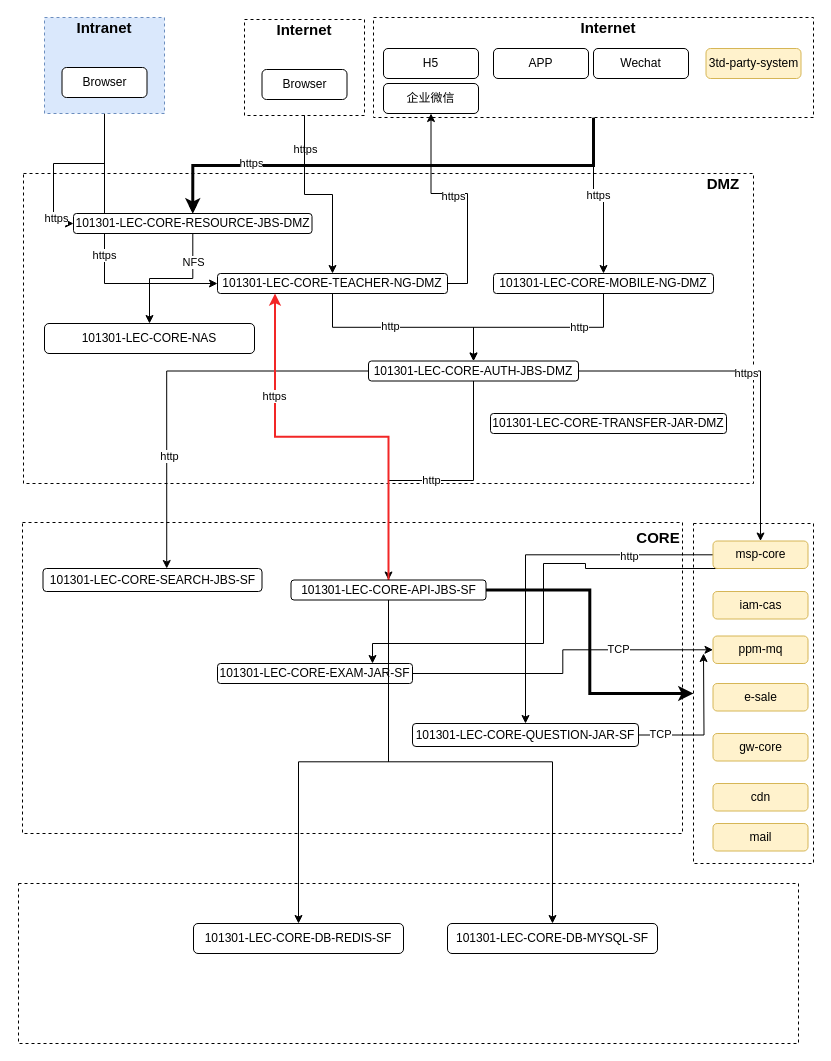
Before: page "第 2 页" (2 of 2) of 部署逻辑图.drawio in rainerpiao/cloud-computing, a draw.io diagram. Source tidied: cells renumbered, new cells numbered last; positions are measured from the earlier drawing's top-left corner, leaving out a move shared by most shapes. Both pictures are drawn from the tidied source at 100%, with x=0, y=0 at pixel (18, 17).
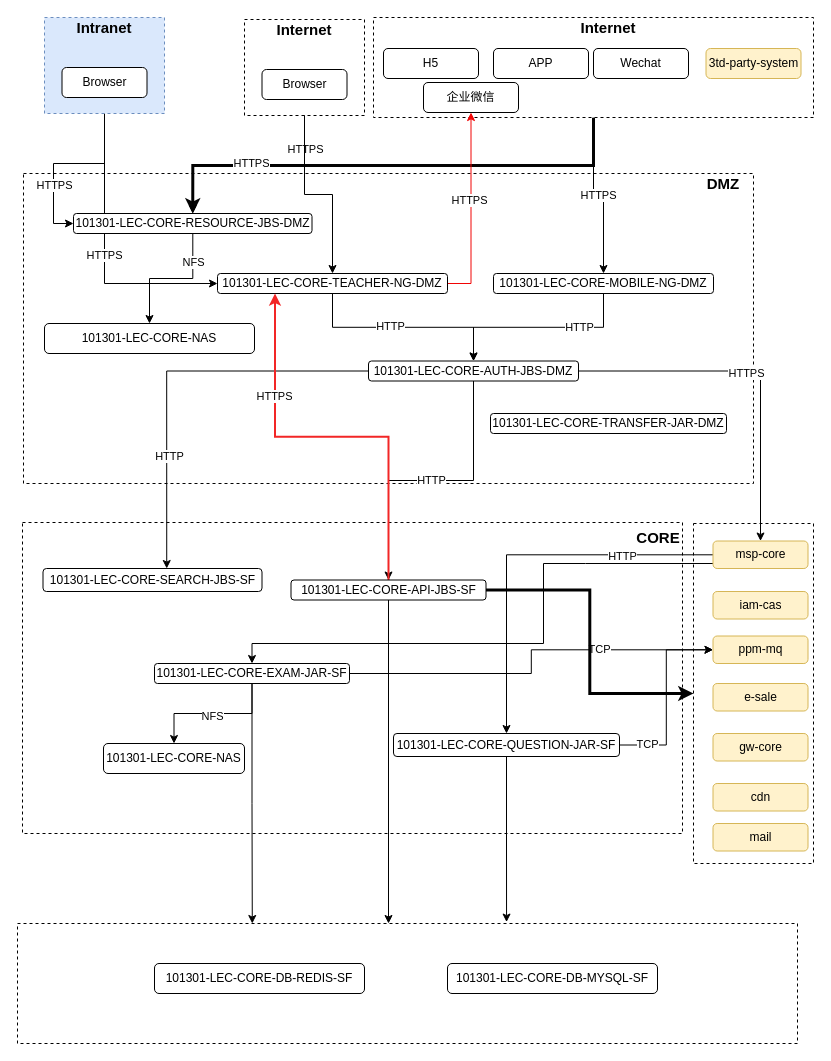
After the change.

Commit message:
更新365部署逻辑图.drawio

Unchanged cells that the change refers to:
```xml
<mxCell id="8" style="rounded=0;whiteSpace=wrap;html=1;dashed=1;" parent="1" vertex="1">
  <mxGeometry x="355" width="440" height="100" as="geometry" />
</mxCell>
<mxCell id="11" style="edgeStyle=orthogonalEdgeStyle;rounded=0;jettySize=auto;html=1;exitX=0.5;exitY=1;exitDx=0;exitDy=0;entryX=0;entryY=0.5;entryDx=0;entryDy=0;" parent="1" edge="1" source="13" target="48">
  <mxGeometry relative="1" as="geometry" />
</mxCell>
<mxCell id="13" style="rounded=0;whiteSpace=wrap;html=1;dashed=1;fillColor=#dae8fc;strokeColor=#6c8ebf;" parent="1" vertex="1">
  <mxGeometry x="26" width="120" height="96" as="geometry" />
</mxCell>
<mxCell id="20" style="edgeStyle=orthogonalEdgeStyle;rounded=0;jettySize=auto;html=1;entryX=0.5;entryY=0;entryDx=0;entryDy=0;" parent="1" edge="1" source="24" target="30">
  <mxGeometry relative="1" as="geometry" />
</mxCell>
<mxCell id="24" value="101301-LEC-CORE-TEACHER-NG-DMZ" style="rounded=1;whiteSpace=wrap;html=1;strokeColor=default;fontFamily=Helvetica;fontSize=12;fontColor=default;fillColor=default;" parent="1" vertex="1">
  <mxGeometry x="199" y="256" width="230" height="20" as="geometry" />
</mxCell>
<mxCell id="25" style="edgeStyle=orthogonalEdgeStyle;rounded=0;jettySize=auto;html=1;entryX=0.565;entryY=0;entryDx=0;entryDy=0;entryPerimeter=0;" parent="1" edge="1" source="30" target="39">
  <mxGeometry relative="1" as="geometry" />
</mxCell>
<mxCell id="28" style="edgeStyle=orthogonalEdgeStyle;rounded=0;jettySize=auto;html=1;" parent="1" edge="1" source="30" target="64">
  <mxGeometry relative="1" as="geometry" />
</mxCell>
<mxCell id="30" value="101301-LEC-CORE-AUTH-JBS-DMZ" style="rounded=1;whiteSpace=wrap;html=1;strokeColor=default;fontFamily=Helvetica;fontSize=12;fontColor=default;fillColor=default;" parent="1" vertex="1">
  <mxGeometry x="350" y="343.5" width="210" height="20" as="geometry" />
</mxCell>
<mxCell id="31" style="edgeStyle=orthogonalEdgeStyle;rounded=0;jettySize=auto;html=1;" parent="1" edge="1" source="33" target="30">
  <mxGeometry relative="1" as="geometry" />
</mxCell>
<mxCell id="33" value="101301-LEC-CORE-MOBILE-NG-DMZ" style="rounded=1;whiteSpace=wrap;html=1;strokeColor=default;fontFamily=Helvetica;fontSize=12;fontColor=default;fillColor=default;" parent="1" vertex="1">
  <mxGeometry x="475" y="256" width="220" height="20" as="geometry" />
</mxCell>
<mxCell id="40" style="edgeStyle=orthogonalEdgeStyle;rounded=0;jettySize=auto;html=1;entryX=0.25;entryY=1;entryDx=0;entryDy=0;strokeWidth=2;strokeColor=#f22626;" parent="1" edge="1" source="45" target="24">
  <mxGeometry relative="1" as="geometry" />
</mxCell>
<mxCell id="45" value="101301-LEC-CORE-API-JBS-SF" style="rounded=1;whiteSpace=wrap;html=1;strokeColor=default;fontFamily=Helvetica;fontSize=12;fontColor=default;fillColor=default;" parent="1" vertex="1">
  <mxGeometry x="272.5" y="562.5" width="195" height="20" as="geometry" />
</mxCell>
<mxCell id="55" style="edgeStyle=orthogonalEdgeStyle;rounded=0;jettySize=auto;html=1;" parent="1" edge="1" source="4" target="24">
  <mxGeometry relative="1" as="geometry" />
</mxCell>
<mxCell id="57" style="edgeStyle=orthogonalEdgeStyle;rounded=0;jettySize=auto;html=1;entryX=0.5;entryY=0;entryDx=0;entryDy=0;exitX=0.5;exitY=1;exitDx=0;exitDy=0;" parent="1" edge="1" source="4" target="48">
  <mxGeometry relative="1" as="geometry" />
</mxCell>
<mxCell id="61" style="edgeStyle=orthogonalEdgeStyle;rounded=0;jettySize=auto;html=1;" parent="1" edge="1" source="64" target="52">
  <mxGeometry relative="1" as="geometry" />
</mxCell>
<mxCell id="68" value="ppm-mq" style="rounded=1;whiteSpace=wrap;html=1;strokeColor=#d6b656;fontFamily=Helvetica;fontSize=12;fillColor=#fff2cc;" parent="1" vertex="1">
  <mxGeometry x="694.5" y="618.5" width="95" height="27.5" as="geometry" />
</mxCell>
```

The edit, as a diff of the source:
```diff
@@
-    <mxCell id="6" value="https" style="edgeStyle=orthogonalEdgeStyle;rounded=0;jettySize=auto;html=1;entryX=0.5;entryY=0;entryDx=0;entryDy=0;" parent="1" edge="1" source="8" target="33">
+    <mxCell id="6" value="HTTPS" style="edgeStyle=orthogonalEdgeStyle;rounded=0;jettySize=auto;html=1;entryX=0.5;entryY=0;entryDx=0;entryDy=0;" parent="1" edge="1" source="8" target="33">
       <mxGeometry relative="1" as="geometry" />
     </mxCell>
@@
     <mxCell id="9" style="rounded=0;whiteSpace=wrap;html=1;dashed=1;" parent="1" vertex="1">
-      <mxGeometry y="866" width="780" height="160" as="geometry" />
+      <mxGeometry x="-1" y="906" width="780" height="120" as="geometry" />
     </mxCell>
-    <mxCell id="10" value="https" style="edgeStyle=orthogonalEdgeStyle;rounded=0;jettySize=auto;html=1;entryX=0;entryY=0.5;entryDx=0;entryDy=0;exitX=0.5;exitY=1;exitDx=0;exitDy=0;" parent="1" edge="1" source="13" target="24">
+    <mxCell id="10" value="HTTPS" style="edgeStyle=orthogonalEdgeStyle;rounded=0;jettySize=auto;html=1;entryX=0;entryY=0.5;entryDx=0;entryDy=0;exitX=0.5;exitY=1;exitDx=0;exitDy=0;" parent="1" edge="1" source="13" target="24">
       <mxGeometry relative="1" as="geometry" />
     </mxCell>
@@
-    <mxCell id="12" value="https" style="edgeLabel;html=1;align=center;verticalAlign=middle;" parent="11" vertex="1">
-      <mxGeometry x="0.71" y="2" relative="1" as="geometry" />
-    </mxCell>
+    <mxCell id="74" value="HTTPS" style="edgeLabel;html=1;align=center;verticalAlign=middle;" parent="11" vertex="1">
+      <mxGeometry x="0.35" relative="1" as="geometry" />
+    </mxCell>
@@
-    <mxCell id="21" value="http" style="edgeLabel;html=1;align=center;verticalAlign=middle;" parent="20" vertex="1">
+    <mxCell id="21" value="HTTP" style="edgeLabel;html=1;align=center;verticalAlign=middle;" parent="20" vertex="1">
       <mxGeometry x="-0.13" y="1" relative="1" as="geometry" />
     </mxCell>
-    <mxCell id="22" style="edgeStyle=orthogonalEdgeStyle;rounded=0;jettySize=auto;html=1;entryX=0.5;entryY=1;entryDx=0;entryDy=0;exitX=1;exitY=0.5;exitDx=0;exitDy=0;" parent="1" edge="1" source="24" target="66">
+    <mxCell id="22" style="edgeStyle=orthogonalEdgeStyle;rounded=0;jettySize=auto;html=1;entryX=0.5;entryY=1;entryDx=0;entryDy=0;exitX=1;exitY=0.5;exitDx=0;exitDy=0;strokeColor=#f10404;" parent="1" edge="1" source="24" target="66">
       <mxGeometry relative="1" as="geometry" />
     </mxCell>
-    <mxCell id="23" value="https" style="edgeLabel;html=1;align=center;verticalAlign=middle;" parent="22" vertex="1">
+    <mxCell id="23" value="HTTPS" style="edgeLabel;html=1;align=center;verticalAlign=middle;" parent="22" vertex="1">
       <mxGeometry x="0.1" y="2" relative="1" as="geometry" />
     </mxCell>
@@
-    <mxCell id="26" value="http" style="edgeLabel;html=1;align=center;verticalAlign=middle;" parent="25" vertex="1">
+    <mxCell id="26" value="HTTP" style="edgeLabel;html=1;align=center;verticalAlign=middle;" parent="25" vertex="1">
       <mxGeometry x="0.44" y="2" relative="1" as="geometry" />
     </mxCell>
-    <mxCell id="27" value="http" style="edgeStyle=orthogonalEdgeStyle;rounded=0;jettySize=auto;html=1;entryX=0.5;entryY=0;entryDx=0;entryDy=0;" parent="1" edge="1" source="30" target="45">
+    <mxCell id="27" value="HTTP" style="edgeStyle=orthogonalEdgeStyle;rounded=0;jettySize=auto;html=1;entryX=0.5;entryY=0;entryDx=0;entryDy=0;" parent="1" edge="1" source="30" target="45">
       <mxGeometry relative="1" as="geometry" />
     </mxCell>
@@
-    <mxCell id="29" value="https" style="edgeLabel;html=1;align=center;verticalAlign=middle;" parent="28" vertex="1">
+    <mxCell id="29" value="HTTPS" style="edgeLabel;html=1;align=center;verticalAlign=middle;" parent="28" vertex="1">
       <mxGeometry x="-0.05" y="-2" relative="1" as="geometry" />
     </mxCell>
@@
-    <mxCell id="32" value="http" style="edgeLabel;html=1;align=center;verticalAlign=middle;" parent="31" vertex="1">
+    <mxCell id="32" value="HTTP" style="edgeLabel;html=1;align=center;verticalAlign=middle;" parent="31" vertex="1">
       <mxGeometry x="-0.41" relative="1" as="geometry" />
     </mxCell>
@@
+    <mxCell id="75" style="edgeStyle=orthogonalEdgeStyle;rounded=0;jettySize=auto;html=1;entryX=0.301;entryY=0;entryDx=0;entryDy=0;entryPerimeter=0;" parent="1" edge="1" source="37" target="9">
+      <mxGeometry relative="1" as="geometry" />
+    </mxCell>
+    <mxCell id="76" style="edgeStyle=orthogonalEdgeStyle;rounded=0;jettySize=auto;html=1;" parent="1" edge="1" source="37" target="80">
+      <mxGeometry relative="1" as="geometry" />
+    </mxCell>
+    <mxCell id="77" value="NFS" style="edgeLabel;html=1;align=center;verticalAlign=middle;" parent="76" vertex="1">
+      <mxGeometry x="0.01" y="2" relative="1" as="geometry" />
+    </mxCell>
     <mxCell id="37" value="101301-LEC-CORE-EXAM-JAR-SF" style="rounded=1;whiteSpace=wrap;html=1;strokeColor=default;fontFamily=Helvetica;fontSize=12;fontColor=default;fillColor=default;" parent="1" vertex="1">
-      <mxGeometry x="199" y="646" width="195" height="20" as="geometry" />
+      <mxGeometry x="136" y="646" width="195" height="20" as="geometry" />
     </mxCell>
     <mxCell id="38" value="101301-LEC-CORE-DB-MYSQL-SF" style="rounded=1;whiteSpace=wrap;html=1;strokeColor=default;fontFamily=Helvetica;fontSize=12;fontColor=default;fillColor=default;" parent="1" vertex="1">
-      <mxGeometry x="429" y="906" width="210" height="30" as="geometry" />
+      <mxGeometry x="429" y="946" width="210" height="30" as="geometry" />
     </mxCell>
@@
-    <mxCell id="41" value="https" style="edgeLabel;html=1;align=center;verticalAlign=middle;" parent="40" vertex="1">
+    <mxCell id="41" value="HTTPS" style="edgeLabel;html=1;align=center;verticalAlign=middle;" parent="40" vertex="1">
       <mxGeometry x="0.49" y="1" relative="1" as="geometry" />
     </mxCell>
-    <mxCell id="42" style="edgeStyle=orthogonalEdgeStyle;rounded=0;jettySize=auto;html=1;" parent="1" edge="1" source="45" target="38">
-      <mxGeometry relative="1" as="geometry" />
-    </mxCell>
-    <mxCell id="43" style="edgeStyle=orthogonalEdgeStyle;rounded=0;jettySize=auto;html=1;" parent="1" edge="1" source="45" target="69">
-      <mxGeometry relative="1" as="geometry" />
-    </mxCell>
@@
+    <mxCell id="78" style="edgeStyle=orthogonalEdgeStyle;rounded=0;jettySize=auto;html=1;" parent="1" edge="1" source="45">
+      <mxGeometry relative="1" as="geometry">
+        <mxPoint x="370" y="906" as="targetPoint" />
+        <Array as="points">
+          <mxPoint x="370" y="906" />
+        </Array>
+      </mxGeometry>
+    </mxCell>
@@
-    <mxCell id="50" style="edgeStyle=orthogonalEdgeStyle;rounded=0;jettySize=auto;html=1;" parent="1" edge="1" source="52">
-      <mxGeometry relative="1" as="geometry">
-        <mxPoint x="685" y="636" as="targetPoint" />
-      </mxGeometry>
+    <mxCell id="50" style="edgeStyle=orthogonalEdgeStyle;rounded=0;jettySize=auto;html=1;entryX=0;entryY=0.5;entryDx=0;entryDy=0;" parent="1" edge="1" source="52" target="68">
+      <mxGeometry relative="1" as="geometry" />
     </mxCell>
@@
+    <mxCell id="79" style="edgeStyle=orthogonalEdgeStyle;rounded=0;jettySize=auto;html=1;exitX=0.5;exitY=1;exitDx=0;exitDy=0;entryX=0.627;entryY=-0.012;entryDx=0;entryDy=0;entryPerimeter=0;" parent="1" edge="1" source="52" target="9">
+      <mxGeometry relative="1" as="geometry" />
+    </mxCell>
     <mxCell id="52" value="101301-LEC-CORE-QUESTION-JAR-SF" style="rounded=1;whiteSpace=wrap;html=1;strokeColor=default;fontFamily=Helvetica;fontSize=12;fontColor=default;fillColor=default;" parent="1" vertex="1">
-      <mxGeometry x="394" y="706" width="226" height="23" as="geometry" />
+      <mxGeometry x="375" y="716" width="226" height="23" as="geometry" />
     </mxCell>
@@
-    <mxCell id="56" value="https" style="edgeLabel;html=1;align=center;verticalAlign=middle;" parent="55" vertex="1">
+    <mxCell id="56" value="HTTPS" style="edgeLabel;html=1;align=center;verticalAlign=middle;" parent="55" vertex="1">
       <mxGeometry x="-0.65" relative="1" as="geometry" />
     </mxCell>
@@
-    <mxCell id="58" value="https" style="edgeLabel;html=1;align=center;verticalAlign=middle;" parent="57" vertex="1">
+    <mxCell id="58" value="HTTPS" style="edgeLabel;html=1;align=center;verticalAlign=middle;" parent="57" vertex="1">
       <mxGeometry x="-0.02" y="-2" relative="1" as="geometry" />
     </mxCell>
@@
-    <mxCell id="62" value="http" style="edgeLabel;html=1;align=center;verticalAlign=middle;" parent="61" vertex="1">
+    <mxCell id="62" value="HTTP" style="edgeLabel;html=1;align=center;verticalAlign=middle;" parent="61" vertex="1">
       <mxGeometry x="-0.53" y="1" relative="1" as="geometry" />
     </mxCell>
@@
     <mxCell id="66" value="企业微信" style="rounded=1;whiteSpace=wrap;html=1;strokeColor=default;fontFamily=Helvetica;fontSize=12;fontColor=default;fillColor=default;" parent="1" vertex="1">
-      <mxGeometry x="365" y="66" width="95" height="30" as="geometry" />
+      <mxGeometry x="405" y="65" width="95" height="30" as="geometry" />
     </mxCell>
@@
     <mxCell id="69" value="101301-LEC-CORE-DB-REDIS-SF" style="rounded=1;whiteSpace=wrap;html=1;strokeColor=default;fontFamily=Helvetica;fontSize=12;fontColor=default;fillColor=default;" parent="1" vertex="1">
-      <mxGeometry x="175" y="906" width="210" height="30" as="geometry" />
+      <mxGeometry x="136" y="946" width="210" height="30" as="geometry" />
     </mxCell>
@@
+    <mxCell id="80" value="101301-LEC-CORE-NAS" style="rounded=1;whiteSpace=wrap;html=1;strokeColor=default;fontFamily=Helvetica;fontSize=12;fontColor=default;fillColor=default;" parent="1" vertex="1">
+      <mxGeometry x="85" y="726" width="141" height="30" as="geometry" />
+    </mxCell>
```
